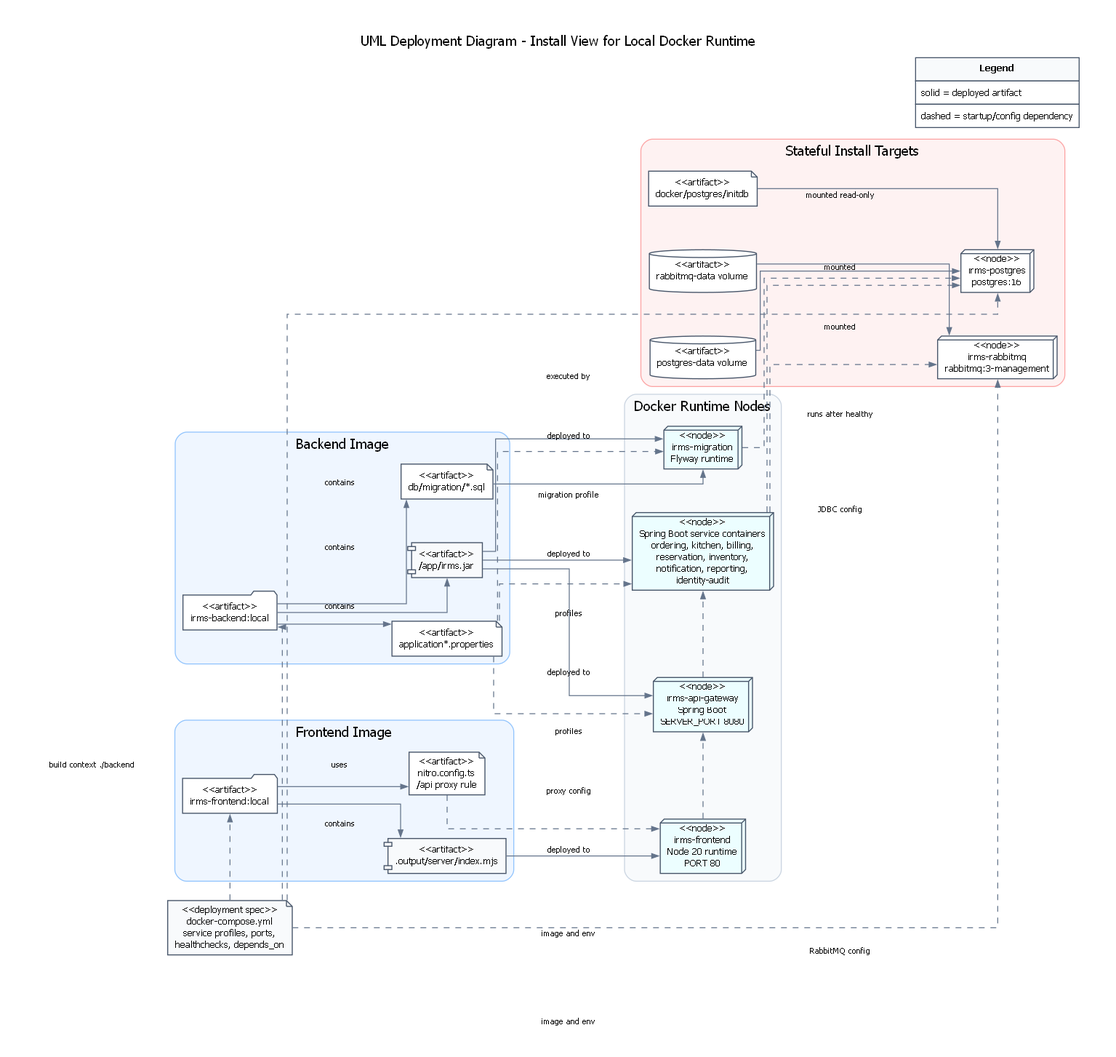
Before: assets/diagrams/rendered/architecture/37_install_view_docker_local_artifacts.png, a diagram exported from Graphviz (lehoangluan1/SA_IRMS). Its source is kept beside it as assets/diagrams/source/architecture/37_install_view_docker_local_artifacts.dot. Source of this version:
```dot
digraph G {
  graph [
    rankdir=LR,
    newrank=true,
    compound=true,
    bgcolor="white",
    pad=0.42,
    nodesep=0.62,
    ranksep=0.95,
    splines=ortho,
    fontname="DejaVu Sans",
    labelloc="t",
    label="UML Deployment Diagram - Install View for Local Docker Runtime"
  ];

  node [
    fontname="DejaVu Sans",
    fontsize=9.6,
    color="#475569",
    penwidth=1.05,
    style="filled",
    fillcolor="#FFFFFF"
  ];

  edge [
    fontname="DejaVu Sans",
    fontsize=8.4,
    color="#64748B",
    penwidth=0.95,
    arrowsize=0.70
  ];

  compose [
    shape=note,
    fillcolor="#F8FAFC",
    label="<<deployment spec>>\ndocker-compose.yml\nservice profiles, ports,\nhealthchecks, depends_on"
  ];

  subgraph cluster_backend_image {
    label="Backend Image";
    color="#93C5FD";
    style="rounded,filled";
    fillcolor="#EFF6FF";

    backend_image [shape=folder, fillcolor="#FFFFFF", label="<<artifact>>\nirms-backend:local"];
    backend_jar [shape=component, fillcolor="#F8FAFC", label="<<artifact>>\n/app/irms.jar"];
    app_props [shape=note, fillcolor="#FFFFFF", label="<<artifact>>\napplication*.properties"];
    migrations [shape=note, fillcolor="#FFFFFF", label="<<artifact>>\ndb/migration/*.sql"];
  }

  subgraph cluster_frontend_image {
    label="Frontend Image";
    color="#93C5FD";
    style="rounded,filled";
    fillcolor="#EFF6FF";

    frontend_image [shape=folder, fillcolor="#FFFFFF", label="<<artifact>>\nirms-frontend:local"];
    nitro_output [shape=component, fillcolor="#F8FAFC", label="<<artifact>>\n.output/server/index.mjs"];
    nitro_config [shape=note, fillcolor="#FFFFFF", label="<<artifact>>\nnitro.config.ts\n/api proxy rule"];
  }

  subgraph cluster_runtime {
    label="Docker Runtime Nodes";
    color="#CBD5E1";
    style="rounded,filled";
    fillcolor="#F8FAFC";

    frontend_node [shape=box3d, fillcolor="#ECFEFF", label="<<node>>\nirms-frontend\nNode 20 runtime\nPORT 80"];
    gateway_node [shape=box3d, fillcolor="#ECFEFF", label="<<node>>\nirms-api-gateway\nSpring Boot\nSERVER_PORT 8080"];
    service_nodes [shape=box3d, fillcolor="#ECFEFF", label="<<node>>\nSpring Boot service containers\nordering, kitchen, billing,\nreservation, inventory,\nnotification, reporting,\nidentity-audit"];
    migration_node [shape=box3d, fillcolor="#ECFEFF", label="<<node>>\nirms-migration\nFlyway runtime"];
  }

  subgraph cluster_state {
    label="Stateful Install Targets";
    color="#FCA5A5";
    style="rounded,filled";
    fillcolor="#FEF2F2";

    postgres_node [shape=box3d, fillcolor="#FFFFFF", label="<<node>>\nirms-postgres\npostgres:16"];
    postgres_volume [shape=cylinder, fillcolor="#FFFFFF", label="<<artifact>>\npostgres-data volume"];
    initdb_scripts [shape=note, fillcolor="#FFFFFF", label="<<artifact>>\ndocker/postgres/initdb"];
    rabbit_node [shape=box3d, fillcolor="#FFFFFF", label="<<node>>\nirms-rabbitmq\nrabbitmq:3-management"];
    rabbit_volume [shape=cylinder, fillcolor="#FFFFFF", label="<<artifact>>\nrabbitmq-data volume"];
  }

  legend [shape=plaintext, label=<
    <TABLE BORDER="0" CELLBORDER="1" CELLSPACING="0" CELLPADDING="5">
      <TR><TD BGCOLOR="#F8FAFC"><B>Legend</B></TD></TR>
      <TR><TD ALIGN="LEFT">solid = deployed artifact</TD></TR>
      <TR><TD ALIGN="LEFT">dashed = startup/config dependency</TD></TR>
    </TABLE>
  >];

  compose -> backend_image [style=dashed, label="build context ./backend"];
  compose -> frontend_image [style=dashed, label="build context ./frontend"];
  compose -> postgres_node [style=dashed, label="image and env"];
  compose -> rabbit_node [style=dashed, label="image and env"];

  backend_image -> backend_jar [label="contains"];
  backend_image -> app_props [label="contains"];
  backend_image -> migrations [label="contains"];
  frontend_image -> nitro_output [label="contains"];
  frontend_image -> nitro_config [label="uses"];

  backend_jar -> gateway_node [label="deployed to"];
  backend_jar -> service_nodes [label="deployed to"];
  backend_jar -> migration_node [label="deployed to"];
  app_props -> gateway_node [style=dashed, label="profiles"];
  app_props -> service_nodes [style=dashed, label="profiles"];
  app_props -> migration_node [style=dashed, label="migration profile"];
  migrations -> migration_node [label="executed by"];

  nitro_output -> frontend_node [label="deployed to"];
  nitro_config -> frontend_node [style=dashed, label="proxy config"];

  initdb_scripts -> postgres_node [label="mounted read-only"];
  postgres_volume -> postgres_node [label="mounted"];
  rabbit_volume -> rabbit_node [label="mounted"];

  migration_node -> postgres_node [style=dashed, label="runs after healthy"];
  gateway_node -> service_nodes [style=dashed, label="starts after healthy"];
  frontend_node -> gateway_node [style=dashed, label="depends on healthy"];
  service_nodes -> postgres_node [style=dashed, label="JDBC config"];
  service_nodes -> rabbit_node [style=dashed, label="RabbitMQ config"];

  { rank=same; backend_image; frontend_image; compose; }
  { rank=same; frontend_node; gateway_node; service_nodes; migration_node; }
  { rank=same; postgres_node; rabbit_node; }

  rabbit_volume -> legend [style=invis];
}
```
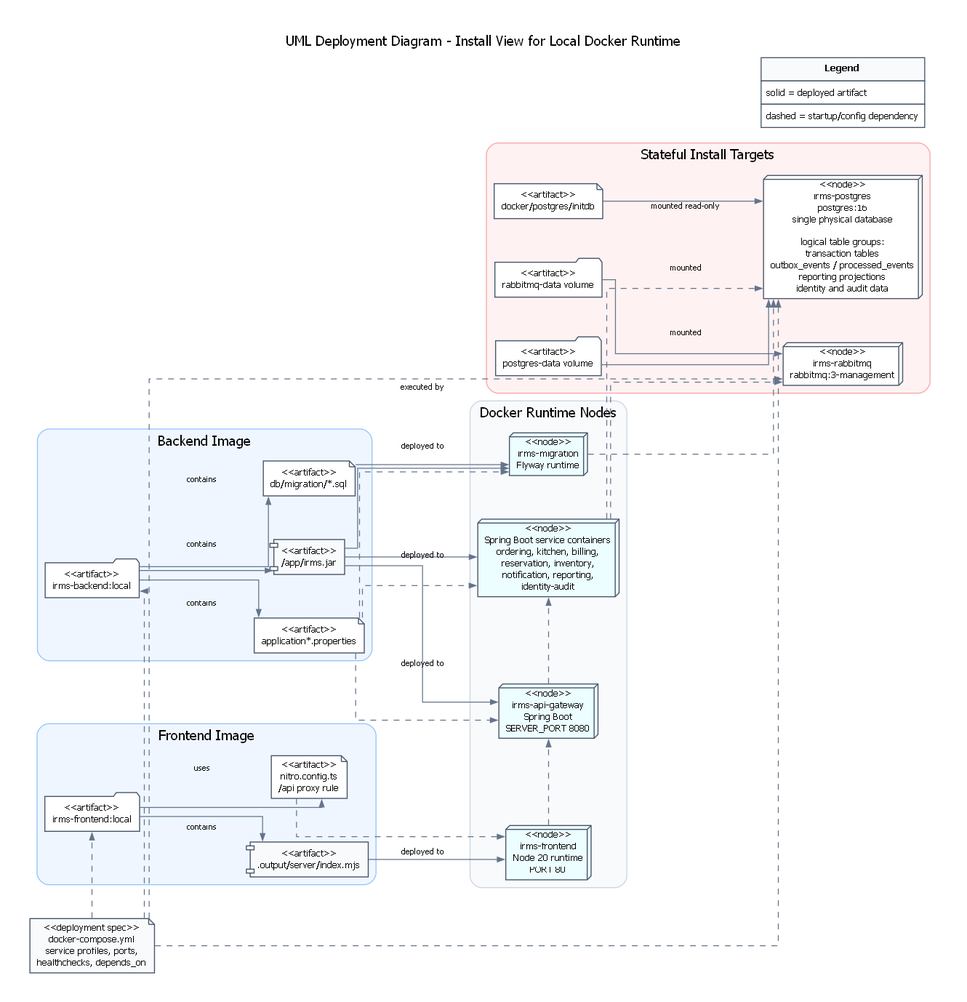
Above is the later version.

The edit, as a diff of the source:
```diff
@@ -77,11 +77,11 @@
     style="rounded,filled";
     fillcolor="#FEF2F2";
 
-    postgres_node [shape=box3d, fillcolor="#FFFFFF", label="<<node>>\nirms-postgres\npostgres:16"];
-    postgres_volume [shape=cylinder, fillcolor="#FFFFFF", label="<<artifact>>\npostgres-data volume"];
+    postgres_node [shape=box3d, fillcolor="#FFFFFF", label="<<node>>\nirms-postgres\npostgres:16\nsingle physical database\n\nlogical table groups:\ntransaction tables\noutbox_events / processed_events\nreporting projections\nidentity and audit data"];
+    postgres_volume [shape=folder, fillcolor="#FFFFFF", label="<<artifact>>\npostgres-data volume"];
     initdb_scripts [shape=note, fillcolor="#FFFFFF", label="<<artifact>>\ndocker/postgres/initdb"];
     rabbit_node [shape=box3d, fillcolor="#FFFFFF", label="<<node>>\nirms-rabbitmq\nrabbitmq:3-management"];
-    rabbit_volume [shape=cylinder, fillcolor="#FFFFFF", label="<<artifact>>\nrabbitmq-data volume"];
+    rabbit_volume [shape=folder, fillcolor="#FFFFFF", label="<<artifact>>\nrabbitmq-data volume"];
   }
 
   legend [shape=plaintext, label=<
@@ -92,10 +92,10 @@
     </TABLE>
   >];
 
-  compose -> backend_image [style=dashed, label="build context ./backend"];
-  compose -> frontend_image [style=dashed, label="build context ./frontend"];
-  compose -> postgres_node [style=dashed, label="image and env"];
-  compose -> rabbit_node [style=dashed, label="image and env"];
+  compose -> backend_image [style=dashed];
+  compose -> frontend_image [style=dashed];
+  compose -> postgres_node [style=dashed];
+  compose -> rabbit_node [style=dashed];
 
   backend_image -> backend_jar [label="contains"];
   backend_image -> app_props [label="contains"];
@@ -106,23 +106,23 @@
   backend_jar -> gateway_node [label="deployed to"];
   backend_jar -> service_nodes [label="deployed to"];
   backend_jar -> migration_node [label="deployed to"];
-  app_props -> gateway_node [style=dashed, label="profiles"];
-  app_props -> service_nodes [style=dashed, label="profiles"];
-  app_props -> migration_node [style=dashed, label="migration profile"];
+  app_props -> gateway_node [style=dashed];
+  app_props -> service_nodes [style=dashed];
+  app_props -> migration_node [style=dashed];
   migrations -> migration_node [label="executed by"];
 
   nitro_output -> frontend_node [label="deployed to"];
-  nitro_config -> frontend_node [style=dashed, label="proxy config"];
+  nitro_config -> frontend_node [style=dashed];
 
   initdb_scripts -> postgres_node [label="mounted read-only"];
   postgres_volume -> postgres_node [label="mounted"];
   rabbit_volume -> rabbit_node [label="mounted"];
 
-  migration_node -> postgres_node [style=dashed, label="runs after healthy"];
-  gateway_node -> service_nodes [style=dashed, label="starts after healthy"];
-  frontend_node -> gateway_node [style=dashed, label="depends on healthy"];
-  service_nodes -> postgres_node [style=dashed, label="JDBC config"];
-  service_nodes -> rabbit_node [style=dashed, label="RabbitMQ config"];
+  migration_node -> postgres_node [style=dashed];
+  gateway_node -> service_nodes [style=dashed];
+  frontend_node -> gateway_node [style=dashed];
+  service_nodes -> postgres_node [style=dashed];
+  service_nodes -> rabbit_node [style=dashed];
 
   { rank=same; backend_image; frontend_image; compose; }
   { rank=same; frontend_node; gateway_node; service_nodes; migration_node; }
```
